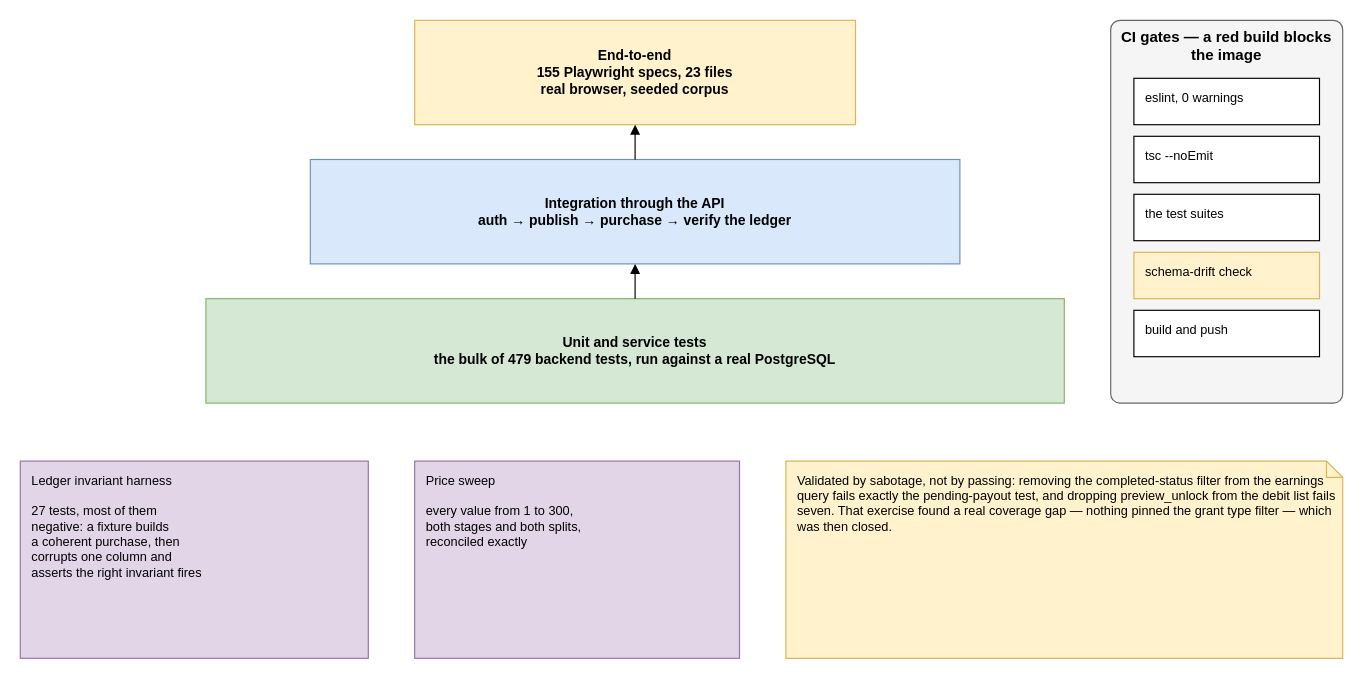
This is diagrams/fig-6-7-test-strategy/fig-6-7-test-strategy.drawio from inkwell-dev/spec.inkwell.ai, a draw.io file, before an edit. Source tidied: cells renumbered, new cells numbered last; positions are measured from the earlier drawing's top-left corner, leaving out a move shared by most shapes. Both pictures are drawn from the tidied source at 116%, with x=0, y=0 at pixel (20, 20).
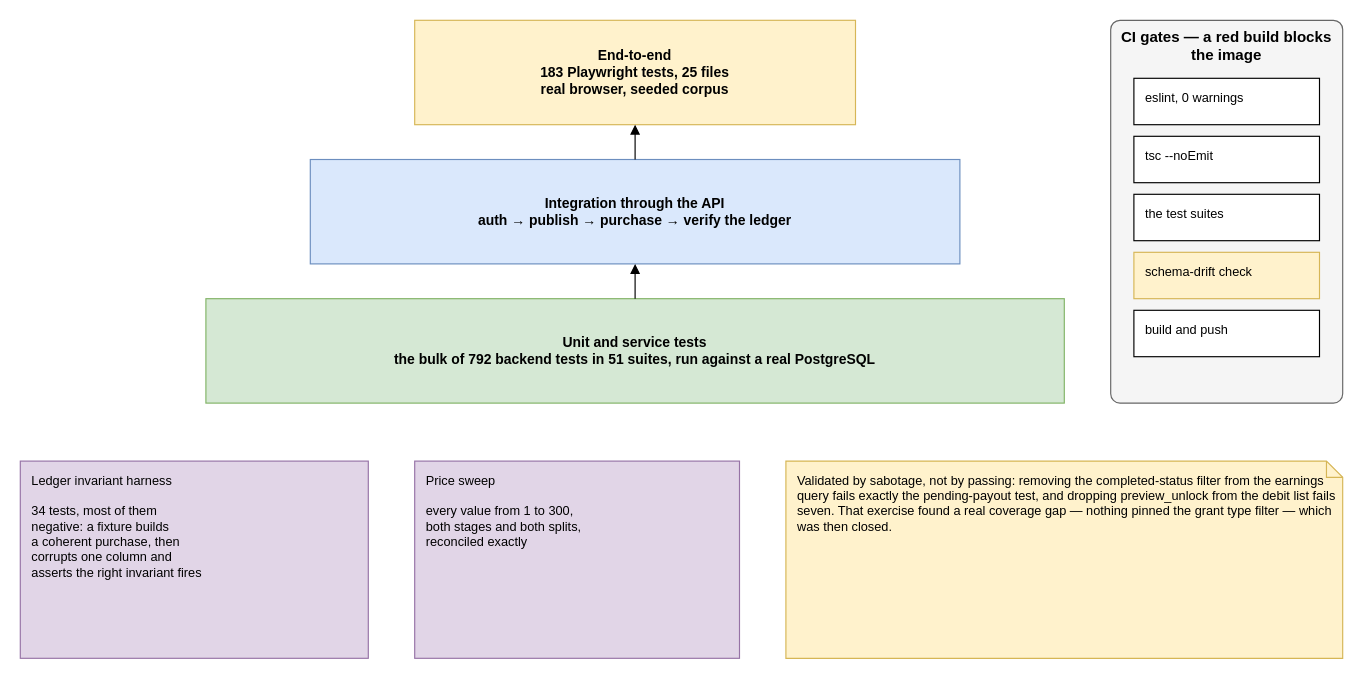
Above is the later version.

Diff of the diagram source:
```diff
@@
 <mxGraphModel>
   <root>
     <mxCell id="0" />
     <mxCell id="1" parent="0" />
-    <mxCell id="2" value="End-to-end&lt;br&gt;155 Playwright specs, 23 files&lt;br&gt;real browser, seeded corpus" style="rounded=0;whiteSpace=wrap;html=1;fontStyle=1;fontSize=12;fillColor=#FFF2CC;strokeColor=#D6B656;" parent="1" vertex="1">
+    <mxCell id="2" value="End-to-end&lt;br&gt;183 Playwright tests, 25 files&lt;br&gt;real browser, seeded corpus" style="rounded=0;whiteSpace=wrap;html=1;fontStyle=1;fontSize=12;fillColor=#FFF2CC;strokeColor=#D6B656;" parent="1" vertex="1">
       <mxGeometry x="340" width="380" height="90" as="geometry" />
     </mxCell>
     <mxCell id="3" value="Integration through the API&lt;br&gt;auth → publish → purchase → verify the ledger" style="rounded=0;whiteSpace=wrap;html=1;fontStyle=1;fontSize=12;fillColor=#DAE8FC;strokeColor=#6C8EBF;" parent="1" vertex="1">
       <mxGeometry x="250" y="120" width="560" height="90" as="geometry" />
     </mxCell>
-    <mxCell id="4" value="Unit and service tests&lt;br&gt;the bulk of 479 backend tests, run against a real PostgreSQL" style="rounded=0;whiteSpace=wrap;html=1;fontStyle=1;fontSize=12;fillColor=#D5E8D4;strokeColor=#82B366;" parent="1" vertex="1">
+    <mxCell id="4" value="Unit and service tests&lt;br&gt;the bulk of 792 backend tests in 51 suites, run against a real PostgreSQL" style="rounded=0;whiteSpace=wrap;html=1;fontStyle=1;fontSize=12;fillColor=#D5E8D4;strokeColor=#82B366;" parent="1" vertex="1">
       <mxGeometry x="160" y="240" width="740" height="90" as="geometry" />
     </mxCell>
-    <mxCell id="5" value="Ledger invariant harness&lt;br&gt;&lt;br&gt;27 tests, most of them&lt;br&gt;negative: a fixture builds&lt;br&gt;a coherent purchase, then&lt;br&gt;corrupts one column and&lt;br&gt;asserts the right invariant fires" style="rounded=0;whiteSpace=wrap;html=1;verticalAlign=top;align=left;spacingLeft=8;spacingTop=4;fontSize=11;fillColor=#E1D5E7;strokeColor=#9673A6;" parent="1" vertex="1">
+    <mxCell id="5" value="Ledger invariant harness&lt;br&gt;&lt;br&gt;34 tests, most of them&lt;br&gt;negative: a fixture builds&lt;br&gt;a coherent purchase, then&lt;br&gt;corrupts one column and&lt;br&gt;asserts the right invariant fires" style="rounded=0;whiteSpace=wrap;html=1;verticalAlign=top;align=left;spacingLeft=8;spacingTop=4;fontSize=11;fillColor=#E1D5E7;strokeColor=#9673A6;" parent="1" vertex="1">
       <mxGeometry y="380" width="300" height="170" as="geometry" />
     </mxCell>
     <mxCell id="6" value="Price sweep&lt;br&gt;&lt;br&gt;every value from 1 to 300,&lt;br&gt;both stages and both splits,&lt;br&gt;reconciled exactly" style="rounded=0;whiteSpace=wrap;html=1;verticalAlign=top;align=left;spacingLeft=8;spacingTop=4;fontSize=11;fillColor=#E1D5E7;strokeColor=#9673A6;" parent="1" vertex="1">
       <mxGeometry x="340" y="380" width="280" height="170" as="geometry" />
     </mxCell>
     <mxCell id="7" value="CI gates — a red build blocks the image" style="rounded=1;whiteSpace=wrap;html=1;verticalAlign=top;fontStyle=1;fontSize=13;arcSize=4;fillColor=#F5F5F5;strokeColor=#666666;" parent="1" vertex="1">
       <mxGeometry x="940" width="200" height="330" as="geometry" />
     </mxCell>
     <mxCell id="8" value="eslint, 0 warnings" style="rounded=0;whiteSpace=wrap;html=1;verticalAlign=top;align=left;spacingLeft=8;spacingTop=4;fontSize=11;fillColor=#FFFFFF;strokeColor=#000000;" parent="1" vertex="1">
       <mxGeometry x="960" y="50" width="160" height="40" as="geometry" />
     </mxCell>
     <mxCell id="9" value="tsc --noEmit" style="rounded=0;whiteSpace=wrap;html=1;verticalAlign=top;align=left;spacingLeft=8;spacingTop=4;fontSize=11;fillColor=#FFFFFF;strokeColor=#000000;" parent="1" vertex="1">
       <mxGeometry x="960" y="100" width="160" height="40" as="geometry" />
     </mxCell>
     <mxCell id="10" value="the test suites" style="rounded=0;whiteSpace=wrap;html=1;verticalAlign=top;align=left;spacingLeft=8;spacingTop=4;fontSize=11;fillColor=#FFFFFF;strokeColor=#000000;" parent="1" vertex="1">
       <mxGeometry x="960" y="150" width="160" height="40" as="geometry" />
     </mxCell>
     <mxCell id="11" value="schema-drift check" style="rounded=0;whiteSpace=wrap;html=1;verticalAlign=top;align=left;spacingLeft=8;spacingTop=4;fontSize=11;fillColor=#FFF2CC;strokeColor=#D6B656;" parent="1" vertex="1">
       <mxGeometry x="960" y="200" width="160" height="40" as="geometry" />
     </mxCell>
     <mxCell id="12" value="build and push" style="rounded=0;whiteSpace=wrap;html=1;verticalAlign=top;align=left;spacingLeft=8;spacingTop=4;fontSize=11;fillColor=#FFFFFF;strokeColor=#000000;" parent="1" vertex="1">
       <mxGeometry x="960" y="250" width="160" height="40" as="geometry" />
     </mxCell>
     <mxCell id="13" value="Validated by sabotage, not by passing: removing the completed-status filter from the earnings query fails exactly the pending-payout test, and dropping preview_unlock from the debit list fails seven. That exercise found a real coverage gap — nothing pinned the grant type filter — which was then closed." style="shape=note;whiteSpace=wrap;html=1;size=14;fontSize=11;align=left;verticalAlign=top;spacingLeft=8;spacingTop=4;fillColor=#FFF2CC;strokeColor=#D6B656;" parent="1" vertex="1">
       <mxGeometry x="660" y="380" width="480" height="170" as="geometry" />
     </mxCell>
     <mxCell id="14" style="edgeStyle=orthogonalEdgeStyle;rounded=0;html=1;endArrow=block;endFill=1;fontSize=10;labelBackgroundColor=#FFFFFF;exitX=0.5;exitY=0;exitDx=0;exitDy=0;entryX=0.5;entryY=1;entryDx=0;entryDy=0;" parent="1" edge="1" source="4" target="3">
       <mxGeometry relative="1" as="geometry" />
     </mxCell>
     <mxCell id="15" style="edgeStyle=orthogonalEdgeStyle;rounded=0;html=1;endArrow=block;endFill=1;fontSize=10;labelBackgroundColor=#FFFFFF;exitX=0.5;exitY=0;exitDx=0;exitDy=0;entryX=0.5;entryY=1;entryDx=0;entryDy=0;" parent="1" edge="1" source="3" target="2">
       <mxGeometry relative="1" as="geometry" />
     </mxCell>
   </root>
 </mxGraphModel>
```
